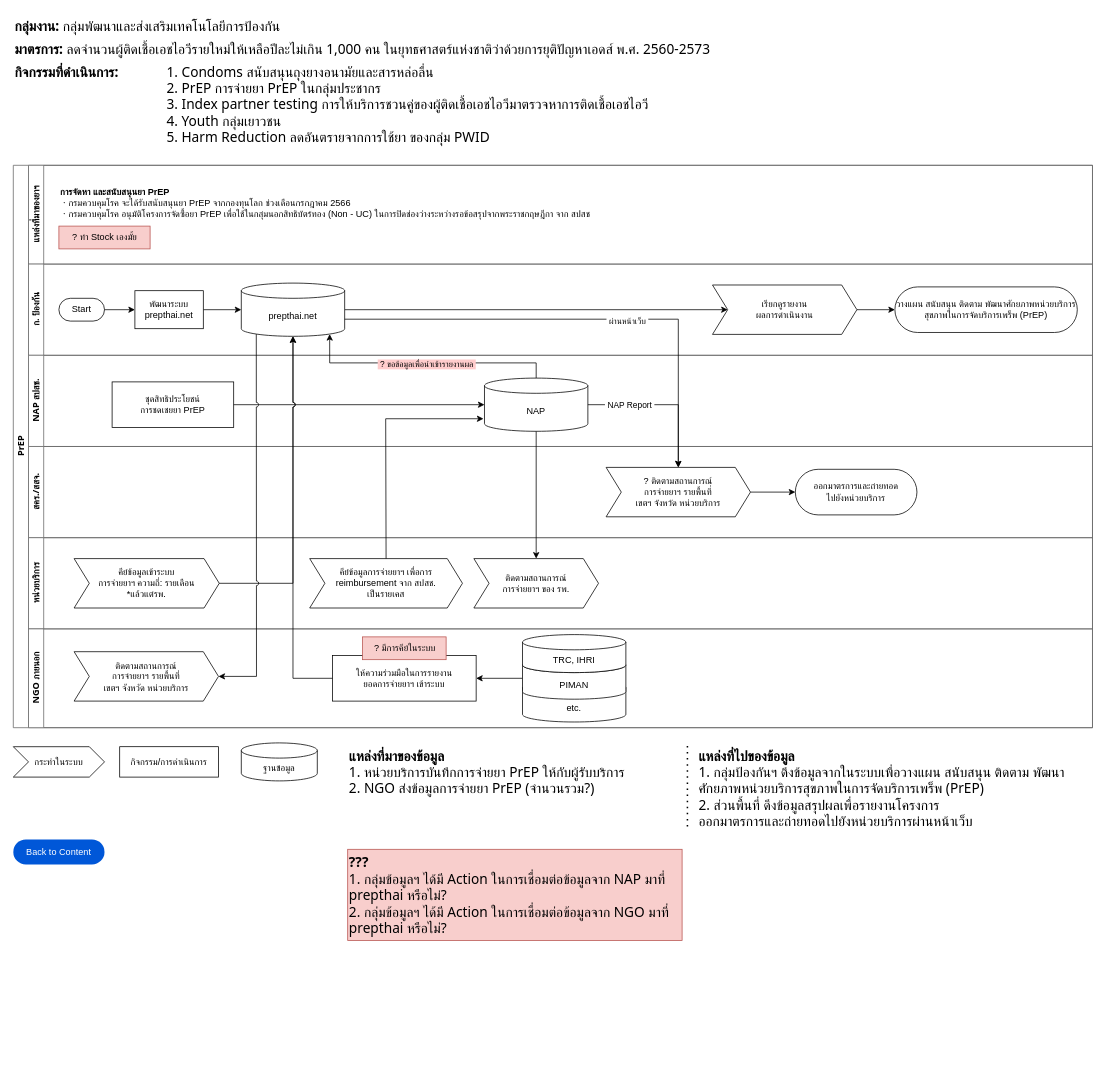
Before: page "PrEP" (3 of 25) of HIVs Work-Data Diagram.drawio in anun311/regist, a draw.io diagram. Source tidied: cells renumbered, new cells numbered last; positions are measured from the earlier drawing's top-left corner, leaving out a move shared by most shapes. Both pictures are drawn from the tidied source at 76%, with x=0, y=0 at pixel (13, 13).
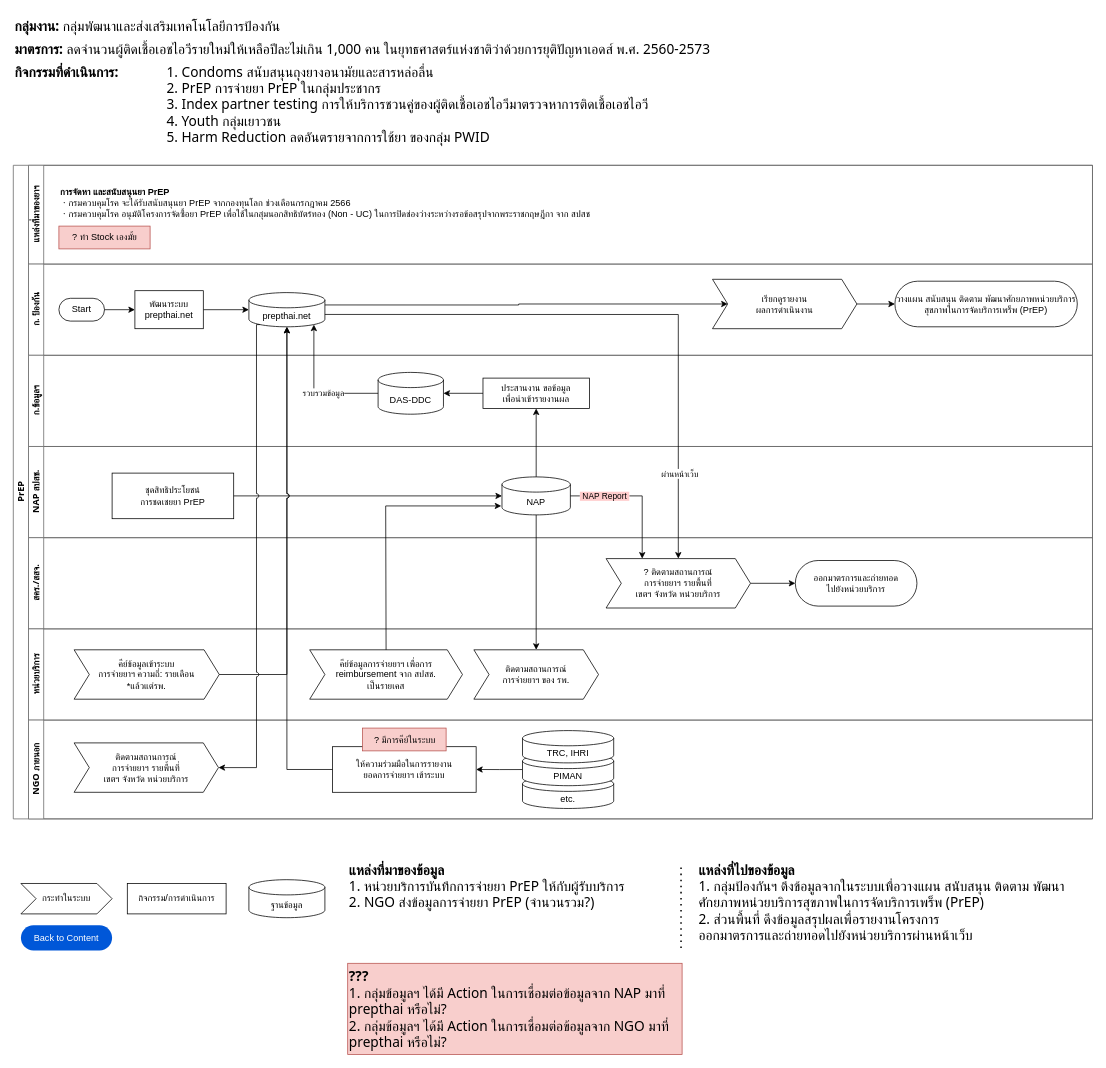
Above is the later version.

Unchanged cells that the change refers to:
```xml
<mxCell id="6" value="ก. ป้องกัน" style="swimlane;html=1;startSize=20;horizontal=0;fontFamily=Tahoma;strokeColor=#666666;" parent="2" vertex="1">
  <mxGeometry x="20" y="130" width="1400" height="120" as="geometry" />
</mxCell>
<mxCell id="22" value="? ติดตามสถานการณ์&lt;br&gt;การจ่ายยาฯ รายพื้นที่&lt;br&gt;เขตฯ จังหวัด หน่วยบริการ" style="shape=step;perimeter=stepPerimeter;whiteSpace=wrap;html=1;fixedSize=1;" parent="20" vertex="1">
  <mxGeometry x="760" y="27.5" width="190" height="65" as="geometry" />
</mxCell>
```

What changed in the source:
```diff
@@
     <mxCell id="2" value="PrEP" style="swimlane;html=1;horizontal=0;startSize=20;fontFamily=Tahoma;strokeColor=#666666;" parent="1" vertex="1">
-      <mxGeometry y="200" width="1420" height="740" as="geometry" />
+      <mxGeometry y="200" width="1420" height="860" as="geometry" />
     </mxCell>
@@
-    <mxCell id="7" style="edgeStyle=orthogonalEdgeStyle;rounded=0;jettySize=auto;html=1;exitX=1;exitY=0.5;exitDx=0;exitDy=0;exitPerimeter=0;" parent="6" edge="1" source="8" target="11">
+    <mxCell id="7" style="edgeStyle=orthogonalEdgeStyle;rounded=0;jettySize=auto;html=1;exitX=1;exitY=0;exitDx=0;exitDy=16.25;exitPerimeter=0;" parent="6" edge="1" source="8" target="11">
       <mxGeometry relative="1" as="geometry" />
     </mxCell>
     <mxCell id="8" value="prepthai.net" style="shape=cylinder3;whiteSpace=wrap;html=1;boundedLbl=1;backgroundOutline=1;size=10;" parent="6" vertex="1">
-      <mxGeometry x="280" y="25" width="136" height="70" as="geometry" />
+      <mxGeometry x="290" y="37.5" width="100" height="45" as="geometry" />
     </mxCell>
@@
     <mxCell id="11" value="เรียกดูรายงาน&lt;br&gt;ผลการดำเนินงาน" style="shape=step;perimeter=stepPerimeter;whiteSpace=wrap;html=1;fixedSize=1;" parent="6" vertex="1">
-      <mxGeometry x="900" y="27.5" width="190" height="65" as="geometry" />
+      <mxGeometry x="900" y="20" width="190" height="65" as="geometry" />
     </mxCell>
@@
     <mxCell id="15" value="วางแผน สนับสนุน ติดตาม พัฒนาศักยภาพหน่วยบริการสุขภาพในการจัดบริการเพร็พ (PrEP)" style="rounded=1;whiteSpace=wrap;html=1;arcSize=50;" parent="6" vertex="1">
-      <mxGeometry x="1140" y="30" width="240" height="60" as="geometry" />
+      <mxGeometry x="1140" y="22.5" width="240" height="60" as="geometry" />
     </mxCell>
+    <mxCell id="60" value="ก.ข้อมูลฯ" style="swimlane;html=1;startSize=20;horizontal=0;fontFamily=Tahoma;strokeColor=#666666;" parent="2" vertex="1">
+      <mxGeometry x="20" y="250" width="1400" height="120" as="geometry" />
+    </mxCell>
+    <mxCell id="61" value="DAS-DDC" style="shape=cylinder3;whiteSpace=wrap;html=1;boundedLbl=1;backgroundOutline=1;size=10;" parent="60" vertex="1">
+      <mxGeometry x="460" y="22.5" width="86" height="55" as="geometry" />
+    </mxCell>
+    <mxCell id="62" style="edgeStyle=orthogonalEdgeStyle;rounded=0;jettySize=auto;html=1;" parent="60" edge="1" source="63" target="61">
+      <mxGeometry relative="1" as="geometry" />
+    </mxCell>
+    <mxCell id="63" value="ประสานงาน ขอข้อมูล&lt;br&gt;เพื่อนำเข้ารายงานผล" style="rounded=0;whiteSpace=wrap;html=1;" parent="60" vertex="1">
+      <mxGeometry x="598" y="30" width="140" height="40" as="geometry" />
+    </mxCell>
     <mxCell id="16" value="NAP สปสช." style="swimlane;html=1;startSize=20;horizontal=0;fontFamily=Tahoma;strokeColor=#666666;" parent="2" vertex="1">
-      <mxGeometry x="20" y="250" width="1400" height="120" as="geometry" />
+      <mxGeometry x="20" y="370" width="1400" height="120" as="geometry" />
     </mxCell>
     <mxCell id="17" value="NAP" style="shape=cylinder3;whiteSpace=wrap;html=1;boundedLbl=1;backgroundOutline=1;size=10;" parent="16" vertex="1">
-      <mxGeometry x="600" y="30" width="136" height="70" as="geometry" />
+      <mxGeometry x="623" y="40" width="90" height="50" as="geometry" />
     </mxCell>
@@
     <mxCell id="20" value="สคร./สสจ." style="swimlane;html=1;startSize=20;horizontal=0;fontFamily=Tahoma;strokeColor=#666666;" parent="2" vertex="1">
-      <mxGeometry x="20" y="370" width="1400" height="120" as="geometry" />
+      <mxGeometry x="20" y="490" width="1400" height="120" as="geometry" />
     </mxCell>
@@
     <mxCell id="24" value="หน่วยบริการ" style="swimlane;html=1;startSize=20;horizontal=0;fontFamily=Tahoma;strokeColor=#666666;" parent="2" vertex="1">
-      <mxGeometry x="20" y="490" width="1400" height="120" as="geometry" />
+      <mxGeometry x="20" y="610" width="1400" height="120" as="geometry" />
     </mxCell>
@@
     <mxCell id="28" value="NGO ภายนอก" style="swimlane;html=1;startSize=20;horizontal=0;fontFamily=Tahoma;strokeColor=#666666;" parent="2" vertex="1">
-      <mxGeometry x="20" y="610" width="1400" height="130" as="geometry" />
+      <mxGeometry x="20" y="730" width="1400" height="130" as="geometry" />
     </mxCell>
@@
-    <mxCell id="32" style="group;" parent="28" vertex="1">
-      <mxGeometry x="650" y="7.5" width="136" height="115" as="geometry" />
-    </mxCell>
+    <mxCell id="36" value="ติดตามสถานการณ์&lt;br&gt;การจ่ายยาฯ รายพื้นที่&lt;br&gt;เขตฯ จังหวัด หน่วยบริการ" style="shape=step;perimeter=stepPerimeter;whiteSpace=wrap;html=1;fixedSize=1;" parent="28" vertex="1">
+      <mxGeometry x="60" y="30" width="190" height="65" as="geometry" />
+    </mxCell>
+    <mxCell id="64" style="group;" parent="28" vertex="1">
+      <mxGeometry x="650" y="13.8" width="120" height="102.5" as="geometry" />
+    </mxCell>
-    <mxCell id="33" value="etc." style="shape=cylinder3;whiteSpace=wrap;html=1;boundedLbl=1;backgroundOutline=1;size=10;" parent="32" vertex="1">
-      <mxGeometry y="60" width="136" height="55" as="geometry" />
+    <mxCell id="33" value="etc." style="shape=cylinder3;whiteSpace=wrap;html=1;boundedLbl=1;backgroundOutline=1;size=10;" parent="64" vertex="1">
+      <mxGeometry y="60" width="120" height="42.5" as="geometry" />
     </mxCell>
-    <mxCell id="34" value="PIMAN" style="shape=cylinder3;whiteSpace=wrap;html=1;boundedLbl=1;backgroundOutline=1;size=10;" parent="32" vertex="1">
-      <mxGeometry y="30" width="136" height="55" as="geometry" />
+    <mxCell id="34" value="PIMAN" style="shape=cylinder3;whiteSpace=wrap;html=1;boundedLbl=1;backgroundOutline=1;size=10;" parent="64" vertex="1">
+      <mxGeometry y="30" width="120" height="42.5" as="geometry" />
     </mxCell>
-    <mxCell id="35" value="TRC, IHRI" style="shape=cylinder3;whiteSpace=wrap;html=1;boundedLbl=1;backgroundOutline=1;size=10;" parent="32" vertex="1">
-      <mxGeometry width="136" height="50" as="geometry" />
+    <mxCell id="35" value="TRC, IHRI" style="shape=cylinder3;whiteSpace=wrap;html=1;boundedLbl=1;backgroundOutline=1;size=10;" parent="64" vertex="1">
+      <mxGeometry width="120" height="42.5" as="geometry" />
     </mxCell>
-    <mxCell id="36" value="ติดตามสถานการณ์&lt;br&gt;การจ่ายยาฯ รายพื้นที่&lt;br&gt;เขตฯ จังหวัด หน่วยบริการ" style="shape=step;perimeter=stepPerimeter;whiteSpace=wrap;html=1;fixedSize=1;" parent="28" vertex="1">
-      <mxGeometry x="60" y="30" width="190" height="65" as="geometry" />
-    </mxCell>
@@
-    <mxCell id="39" style="edgeStyle=orthogonalEdgeStyle;rounded=0;jettySize=auto;html=1;exitX=1;exitY=0;exitDx=0;exitDy=47.5;exitPerimeter=0;" parent="2" edge="1" source="8" target="22">
+    <mxCell id="39" style="edgeStyle=orthogonalEdgeStyle;rounded=0;jettySize=auto;html=1;exitX=1;exitY=0;exitDx=0;exitDy=28.75;exitPerimeter=0;" parent="2" edge="1" source="8" target="22">
       <mxGeometry relative="1" as="geometry" />
     </mxCell>
     <mxCell id="40" value="&amp;nbsp;ผ่านหน้าเว็บ&amp;nbsp;" style="edgeLabel;html=1;align=center;verticalAlign=middle;" parent="39" vertex="1">
       <mxGeometry x="0.13" relative="1" as="geometry">
-        <mxPoint x="13" y="2" as="offset" />
+        <mxPoint x="23" y="209" as="offset" />
       </mxGeometry>
     </mxCell>
@@
-    <mxCell id="42" style="edgeStyle=orthogonalEdgeStyle;rounded=0;jettySize=auto;html=1;entryX=0.5;entryY=0;entryDx=0;entryDy=0;exitX=1;exitY=0.5;exitDx=0;exitDy=0;exitPerimeter=0;" parent="2" edge="1" source="17" target="22">
+    <mxCell id="42" style="edgeStyle=orthogonalEdgeStyle;rounded=0;jettySize=auto;html=1;entryX=0.25;entryY=0;entryDx=0;entryDy=0;exitX=1;exitY=0.5;exitDx=0;exitDy=0;exitPerimeter=0;" parent="2" edge="1" source="17" target="22">
       <mxGeometry relative="1" as="geometry" />
     </mxCell>
-    <mxCell id="43" value="&amp;nbsp;NAP Report&amp;nbsp;" style="edgeLabel;html=1;align=center;verticalAlign=middle;" parent="42" vertex="1">
+    <mxCell id="43" value="&lt;span style=&quot;background-color: rgb(255, 204, 204);&quot;&gt;&amp;nbsp;NAP Report&amp;nbsp;&lt;/span&gt;" style="edgeLabel;html=1;align=center;verticalAlign=middle;" parent="42" vertex="1">
       <mxGeometry x="-0.25" y="1" relative="1" as="geometry">
         <mxPoint x="-22" y="1" as="offset" />
       </mxGeometry>
     </mxCell>
-    <mxCell id="44" style="edgeStyle=orthogonalEdgeStyle;rounded=0;jettySize=auto;html=1;entryX=0.855;entryY=1;entryDx=0;entryDy=-2.9;entryPerimeter=0;exitX=0.5;exitY=0;exitDx=0;exitDy=0;exitPerimeter=0;" parent="2" edge="1" source="17" target="8">
-      <mxGeometry relative="1" as="geometry">
-        <Array as="points">
-          <mxPoint x="416" y="260" />
-        </Array>
-      </mxGeometry>
+    <mxCell id="44" style="rounded=0;jettySize=auto;html=1;exitX=0.5;exitY=0;exitDx=0;exitDy=0;exitPerimeter=0;entryX=0.5;entryY=1;entryDx=0;entryDy=0;edgeStyle=orthogonalEdgeStyle;" parent="2" edge="1" source="17" target="63">
+      <mxGeometry relative="1" as="geometry" />
     </mxCell>
-    <mxCell id="45" value="&amp;nbsp;? ขอข้อมูลเพื่อนำเข้ารายงานผล&amp;nbsp;" style="edgeLabel;html=1;align=center;verticalAlign=middle;labelBackgroundColor=#FFCCCC;" parent="44" vertex="1">
-      <mxGeometry y="1" relative="1" as="geometry" />
-    </mxCell>
@@
+    <mxCell id="65" style="edgeStyle=orthogonalEdgeStyle;rounded=0;jettySize=auto;html=1;entryX=0.855;entryY=1;entryDx=0;entryDy=-2.9;entryPerimeter=0;" parent="2" edge="1" source="61" target="8">
+      <mxGeometry relative="1" as="geometry" />
+    </mxCell>
+    <mxCell id="66" value="รวบรวมข้อมูล" style="edgeLabel;html=1;align=center;verticalAlign=middle;" parent="65" vertex="1">
+      <mxGeometry x="-0.17" y="-1" relative="1" as="geometry" />
+    </mxCell>
@@
     <mxCell id="52" value="กระทำในระบบ" style="shape=step;perimeter=stepPerimeter;whiteSpace=wrap;html=1;fixedSize=1;" parent="1" vertex="1">
-      <mxGeometry y="965" width="120" height="40" as="geometry" />
+      <mxGeometry x="10" y="1145" width="120" height="40" as="geometry" />
     </mxCell>
     <mxCell id="53" value="กิจกรรม/การดำเนินการ" style="rounded=0;whiteSpace=wrap;html=1;" parent="1" vertex="1">
-      <mxGeometry x="140" y="965" width="130" height="40" as="geometry" />
+      <mxGeometry x="150" y="1145" width="130" height="40" as="geometry" />
     </mxCell>
     <mxCell id="54" value="ฐานข้อมูล" style="shape=cylinder3;whiteSpace=wrap;html=1;boundedLbl=1;backgroundOutline=1;size=10;" parent="1" vertex="1">
-      <mxGeometry x="300" y="960" width="100" height="50" as="geometry" />
+      <mxGeometry x="310" y="1140" width="100" height="50" as="geometry" />
     </mxCell>
     <mxCell id="55" value="&lt;b&gt;แหล่งที่มาของข้อมูล&lt;/b&gt;&lt;br&gt;1. หน่วยบริการบันทึกการจ่ายยา PrEP ให้กับผู้รับบริการ&amp;nbsp;&lt;br&gt;2. NGO ส่งข้อมูลการจ่ายยา&amp;nbsp;PrEP (จำนวนรวม?)&amp;nbsp;" style="text;html=1;strokeColor=none;fillColor=none;align=left;verticalAlign=top;whiteSpace=wrap;rounded=0;fontFamily=Tahoma;fontStyle=0;fontSize=18;" parent="1" vertex="1">
-      <mxGeometry x="440" y="960" width="440" height="90" as="geometry" />
+      <mxGeometry x="440" y="1110" width="440" height="90" as="geometry" />
     </mxCell>
     <mxCell id="56" value="&lt;b&gt;แหล่งที่ไปของข้อมูล&lt;br&gt;&lt;/b&gt;1. กลุ่มป้องกันฯ ดึงข้อมูลจากในระบบเพื่อวางแผน สนับสนุน ติดตาม พัฒนาศักยภาพหน่วยบริการสุขภาพในการจัดบริการเพร็พ (PrEP)&lt;br&gt;2. ส่วนพื้นที่ ดึงข้อมูลสรุปผลเพื่อรายงานโครงการ&lt;br&gt;ออกมาตรการและถ่ายทอดไปยังหน่วยบริการผ่านหน้าเว็บ" style="text;html=1;strokeColor=none;fillColor=none;align=left;verticalAlign=top;whiteSpace=wrap;rounded=0;fontFamily=Tahoma;fontStyle=0;fontSize=18;" parent="1" vertex="1">
-      <mxGeometry x="900" y="960" width="510" height="130" as="geometry" />
+      <mxGeometry x="900" y="1110" width="510" height="130" as="geometry" />
     </mxCell>
     <mxCell id="57" style="endArrow=none;dashed=1;html=1;dashPattern=1 3;strokeWidth=2;rounded=0;" parent="1" edge="1">
       <mxGeometry relative="1" as="geometry">
-        <mxPoint x="887" y="1070" as="sourcePoint" />
-        <mxPoint x="887" y="960" as="targetPoint" />
+        <mxPoint x="878.6" y="1230" as="sourcePoint" />
+        <mxPoint x="878.6" y="1120" as="targetPoint" />
       </mxGeometry>
     </mxCell>
     <mxCell id="58" value="&lt;b&gt;???&lt;/b&gt;&lt;br&gt;1. กลุ่มข้อมูลฯ ได้มี Action ในการเชื่อมต่อข้อมูลจาก NAP มาที่ prepthai หรือไม่?&lt;br&gt;2. กลุ่มข้อมูลฯ ได้มี Action ในการเชื่อมต่อข้อมูลจาก NGO มาที่ prepthai หรือไม่?&amp;nbsp;&amp;nbsp;" style="text;html=1;strokeColor=#b85450;fillColor=#f8cecc;align=left;verticalAlign=top;whiteSpace=wrap;rounded=0;fontFamily=Tahoma;fontStyle=0;fontSize=18;" parent="1" vertex="1">
-      <mxGeometry x="440" y="1100" width="440" height="120" as="geometry" />
+      <mxGeometry x="440" y="1250" width="440" height="120" as="geometry" />
     </mxCell>
     <mxCell id="59" value="Back to Content" style="rounded=1;fillColor=#0057D8;strokeColor=none;html=1;whiteSpace=wrap;fontColor=#ffffff;align=center;verticalAlign=middle;fontStyle=0;fontSize=12;sketch=0;arcSize=50;" parent="1" vertex="1">
-      <mxGeometry y="1087" width="120" height="33" as="geometry" />
+      <mxGeometry x="10" y="1200" width="120" height="33" as="geometry" />
     </mxCell>
```
